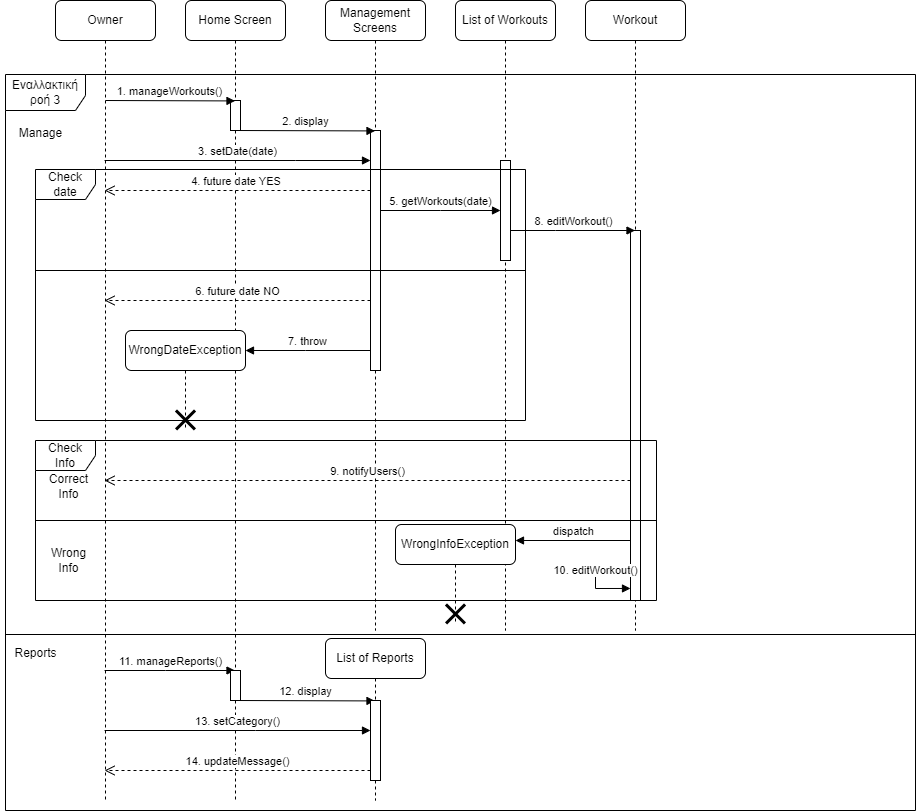
The draw.io diagram Sequence Diagrams/Images/sequence manageGym.drawio.png in DamiMikonos/Software-Engineering, before a commit. Source tidied: cells renumbered, new cells last; positions are measured from the earlier drawing's top-left corner, leaving out a move shared by most shapes.
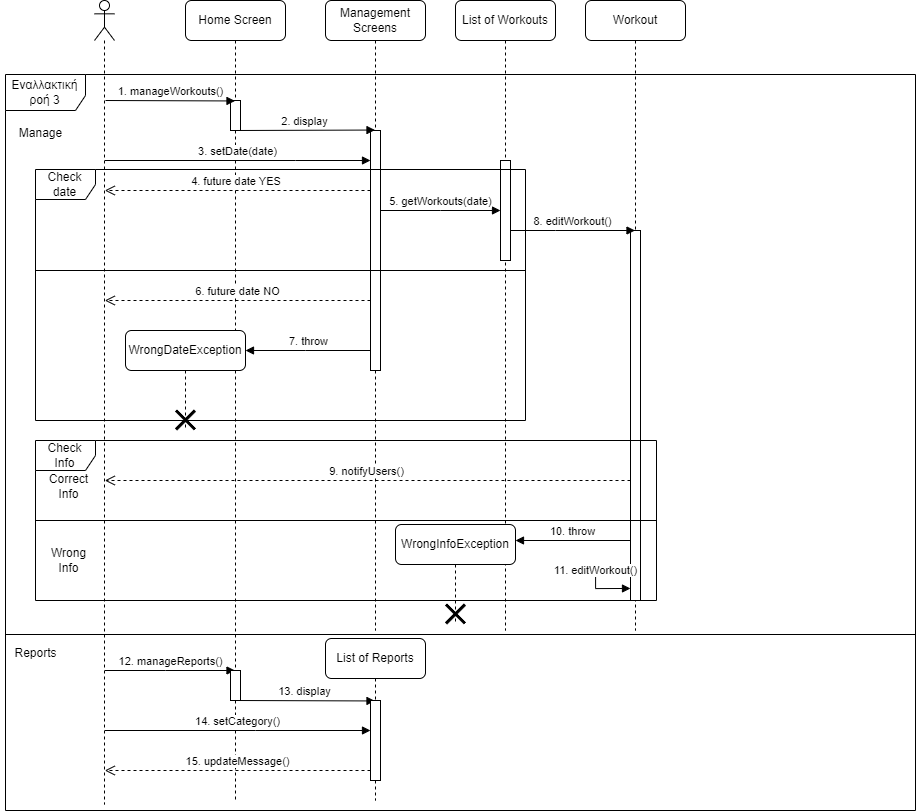
After the change.

Change to the diagram source:
```diff
@@ -2,9 +2,6 @@
   <root>
     <mxCell id="0" />
     <mxCell id="1" parent="0" />
-    <mxCell id="2" value="Owner" style="shape=umlLifeline;perimeter=lifelinePerimeter;whiteSpace=wrap;html=1;outlineConnect=0;portConstraint=eastwest;newEdgeStyle={&quot;edgeStyle&quot;:&quot;elbowEdgeStyle&quot;,&quot;elbow&quot;:&quot;vertical&quot;,&quot;curved&quot;:0,&quot;rounded&quot;:0};rounded=1;" parent="1" vertex="1">
-      <mxGeometry x="55" width="100" height="800" as="geometry" />
-    </mxCell>
     <mxCell id="3" value="Home Screen" style="shape=umlLifeline;perimeter=lifelinePerimeter;whiteSpace=wrap;html=1;outlineConnect=0;portConstraint=eastwest;newEdgeStyle={&quot;edgeStyle&quot;:&quot;elbowEdgeStyle&quot;,&quot;elbow&quot;:&quot;vertical&quot;,&quot;curved&quot;:0,&quot;rounded&quot;:0};rounded=1;" parent="1" vertex="1">
       <mxGeometry x="185" width="100" height="800" as="geometry" />
     </mxCell>
@@ -29,7 +26,7 @@
     <mxCell id="10" style="html=1;points=[];perimeter=orthogonalPerimeter;outlineConnect=0;targetShapes=umlLifeline;portConstraint=eastwest;newEdgeStyle={&quot;edgeStyle&quot;:&quot;elbowEdgeStyle&quot;,&quot;elbow&quot;:&quot;vertical&quot;,&quot;curved&quot;:0,&quot;rounded&quot;:0};" parent="9" vertex="1">
       <mxGeometry x="45" y="230" width="10" height="370" as="geometry" />
     </mxCell>
-    <mxCell id="11" value="10. editWorkout()" style="html=1;verticalAlign=bottom;endArrow=block;edgeStyle=orthogonalEdgeStyle;rounded=0;elbow=vertical;" parent="9" edge="1">
+    <mxCell id="11" value="11. editWorkout()" style="html=1;verticalAlign=bottom;endArrow=block;edgeStyle=orthogonalEdgeStyle;rounded=0;elbow=vertical;" parent="9" edge="1">
       <mxGeometry relative="1" as="geometry">
         <mxPoint x="45" y="568" as="sourcePoint" />
         <mxPoint x="45" y="588" as="targetPoint" />
@@ -49,8 +46,9 @@
         <mxPoint x="235" y="130" as="sourcePoint" />
       </mxGeometry>
     </mxCell>
-    <mxCell id="14" value="3. setDate(date)" style="html=1;verticalAlign=bottom;endArrow=block;edgeStyle=elbowEdgeStyle;elbow=vertical;curved=0;rounded=0;" parent="1" edge="1" source="2" target="6">
+    <mxCell id="14" value="3. setDate(date)" style="html=1;verticalAlign=bottom;endArrow=block;edgeStyle=elbowEdgeStyle;elbow=vertical;curved=0;rounded=0;" parent="1" edge="1" target="6">
       <mxGeometry relative="1" as="geometry">
+        <mxPoint x="104.3" y="160" as="sourcePoint" />
         <Array as="points">
           <mxPoint x="295" y="160" />
         </Array>
@@ -62,8 +60,9 @@
     <mxCell id="16" style="line;strokeWidth=1;fillColor=none;align=left;verticalAlign=middle;spacingTop=-1;spacingLeft=3;spacingRight=3;labelPosition=right;strokeColor=inherit;" parent="1" vertex="1">
       <mxGeometry x="35" y="266" width="490" height="8" as="geometry" />
     </mxCell>
-    <mxCell id="17" value="4. future date YES&amp;nbsp;" style="html=1;verticalAlign=bottom;endArrow=open;dashed=1;endSize=8;edgeStyle=elbowEdgeStyle;elbow=vertical;curved=0;rounded=0;" parent="1" edge="1" source="6" target="2">
+    <mxCell id="17" value="4. future date YES&amp;nbsp;" style="html=1;verticalAlign=bottom;endArrow=open;dashed=1;endSize=8;edgeStyle=elbowEdgeStyle;elbow=vertical;curved=0;rounded=0;" parent="1" edge="1" source="6">
       <mxGeometry relative="1" as="geometry">
+        <mxPoint x="104.3" y="190" as="targetPoint" />
         <Array as="points">
           <mxPoint x="263" y="190" />
         </Array>
@@ -76,8 +75,9 @@
         </Array>
       </mxGeometry>
     </mxCell>
-    <mxCell id="19" value="6. future date ΝΟ" style="html=1;verticalAlign=bottom;endArrow=open;dashed=1;endSize=8;edgeStyle=elbowEdgeStyle;elbow=vertical;curved=0;rounded=0;" parent="1" edge="1" source="6" target="2">
+    <mxCell id="19" value="6. future date ΝΟ" style="html=1;verticalAlign=bottom;endArrow=open;dashed=1;endSize=8;edgeStyle=elbowEdgeStyle;elbow=vertical;curved=0;rounded=0;" parent="1" edge="1" source="6">
       <mxGeometry relative="1" as="geometry">
+        <mxPoint x="104.3" y="300" as="targetPoint" />
         <Array as="points">
           <mxPoint x="305" y="300" />
           <mxPoint x="263" y="190" />
@@ -106,8 +106,9 @@
         </Array>
       </mxGeometry>
     </mxCell>
-    <mxCell id="24" value="9. notifyUsers()" style="html=1;verticalAlign=bottom;endArrow=open;dashed=1;endSize=8;edgeStyle=elbowEdgeStyle;elbow=vertical;curved=0;rounded=0;" parent="1" edge="1" source="10" target="2">
+    <mxCell id="24" value="9. notifyUsers()" style="html=1;verticalAlign=bottom;endArrow=open;dashed=1;endSize=8;edgeStyle=elbowEdgeStyle;elbow=vertical;curved=0;rounded=0;" parent="1" edge="1" source="10">
       <mxGeometry relative="1" as="geometry">
+        <mxPoint x="104.3" y="480" as="targetPoint" />
         <Array as="points">
           <mxPoint x="385" y="480" />
         </Array>
@@ -137,8 +138,9 @@
     <mxCell id="32" value="Reports" style="text;html=1;align=center;verticalAlign=middle;strokeColor=none;fillColor=none;" parent="1" vertex="1">
       <mxGeometry y="638" width="70" height="30" as="geometry" />
     </mxCell>
-    <mxCell id="33" value="11. manageReports()" style="html=1;verticalAlign=bottom;endArrow=block;edgeStyle=elbowEdgeStyle;elbow=vertical;curved=0;rounded=0;" parent="1" edge="1" source="2" target="3">
+    <mxCell id="33" value="12. manageReports()" style="html=1;verticalAlign=bottom;endArrow=block;edgeStyle=elbowEdgeStyle;elbow=vertical;curved=0;rounded=0;" parent="1" edge="1" target="3">
       <mxGeometry relative="1" as="geometry">
+        <mxPoint x="104.3" y="670" as="sourcePoint" />
         <Array as="points">
           <mxPoint x="165" y="670" />
         </Array>
@@ -147,7 +149,7 @@
     <mxCell id="34" style="html=1;perimeter=orthogonalPerimeter;targetShapes=umlLifeline;newEdgeStyle={&quot;edgeStyle&quot;:&quot;elbowEdgeStyle&quot;,&quot;elbow&quot;:&quot;vertical&quot;,&quot;curved&quot;:0,&quot;rounded&quot;:0};" parent="1" vertex="1">
       <mxGeometry x="230" y="670" width="10" height="30" as="geometry" />
     </mxCell>
-    <mxCell id="35" value="12. display" style="html=1;verticalAlign=bottom;endArrow=block;edgeStyle=elbowEdgeStyle;elbow=vertical;curved=0;rounded=0;" parent="1" edge="1" target="36">
+    <mxCell id="35" value="13. display" style="html=1;verticalAlign=bottom;endArrow=block;edgeStyle=elbowEdgeStyle;elbow=vertical;curved=0;rounded=0;" parent="1" edge="1" target="36">
       <mxGeometry relative="1" as="geometry">
         <mxPoint x="235" y="700" as="sourcePoint" />
       </mxGeometry>
@@ -155,8 +157,9 @@
     <mxCell id="36" value="List of Reports" style="shape=umlLifeline;perimeter=lifelinePerimeter;whiteSpace=wrap;html=1;outlineConnect=0;portConstraint=eastwest;newEdgeStyle={&quot;edgeStyle&quot;:&quot;elbowEdgeStyle&quot;,&quot;elbow&quot;:&quot;vertical&quot;,&quot;curved&quot;:0,&quot;rounded&quot;:0};rounded=1;" parent="1" vertex="1">
       <mxGeometry x="325" y="638" width="100" height="162" as="geometry" />
     </mxCell>
-    <mxCell id="37" value="13. setCategory()" style="html=1;verticalAlign=bottom;endArrow=block;edgeStyle=elbowEdgeStyle;elbow=vertical;curved=0;rounded=0;" parent="1" edge="1" source="2" target="38">
+    <mxCell id="37" value="14. setCategory()" style="html=1;verticalAlign=bottom;endArrow=block;edgeStyle=elbowEdgeStyle;elbow=vertical;curved=0;rounded=0;" parent="1" edge="1" target="38">
       <mxGeometry relative="1" as="geometry">
+        <mxPoint x="104.3" y="730" as="sourcePoint" />
         <Array as="points">
           <mxPoint x="255" y="730" />
         </Array>
@@ -165,8 +168,9 @@
     <mxCell id="38" style="html=1;points=[];perimeter=orthogonalPerimeter;outlineConnect=0;targetShapes=umlLifeline;portConstraint=eastwest;newEdgeStyle={&quot;edgeStyle&quot;:&quot;elbowEdgeStyle&quot;,&quot;elbow&quot;:&quot;vertical&quot;,&quot;curved&quot;:0,&quot;rounded&quot;:0};" parent="1" vertex="1">
       <mxGeometry x="370" y="700" width="10" height="80" as="geometry" />
     </mxCell>
-    <mxCell id="39" value="14. updateMessage()" style="html=1;verticalAlign=bottom;endArrow=open;dashed=1;endSize=8;edgeStyle=elbowEdgeStyle;elbow=vertical;curved=0;rounded=0;" parent="1" edge="1" source="38" target="2">
+    <mxCell id="39" value="15. updateMessage()" style="html=1;verticalAlign=bottom;endArrow=open;dashed=1;endSize=8;edgeStyle=elbowEdgeStyle;elbow=vertical;curved=0;rounded=0;" parent="1" edge="1" source="38">
       <mxGeometry relative="1" as="geometry">
+        <mxPoint x="104.3" y="770" as="targetPoint" />
         <Array as="points">
           <mxPoint x="305" y="770" />
         </Array>
@@ -178,7 +182,7 @@
     <mxCell id="41" style="shape=umlDestroy;whiteSpace=wrap;html=1;strokeWidth=3;targetShapes=umlLifeline;" parent="40" vertex="1">
       <mxGeometry x="50.5" y="80" width="19" height="19" as="geometry" />
     </mxCell>
-    <mxCell id="42" value="dispatch" style="html=1;verticalAlign=bottom;endArrow=block;edgeStyle=elbowEdgeStyle;elbow=vertical;curved=0;rounded=0;" parent="1" edge="1" source="10">
+    <mxCell id="42" value="10. throw" style="html=1;verticalAlign=bottom;endArrow=block;edgeStyle=elbowEdgeStyle;elbow=vertical;curved=0;rounded=0;" parent="1" edge="1" source="10">
       <mxGeometry relative="1" as="geometry">
         <mxPoint x="515" y="540" as="targetPoint" />
         <Array as="points">
@@ -187,5 +191,8 @@
         </Array>
       </mxGeometry>
     </mxCell>
+    <mxCell id="43" style="shape=umlLifeline;perimeter=lifelinePerimeter;whiteSpace=wrap;html=1;newEdgeStyle={&quot;edgeStyle&quot;:&quot;elbowEdgeStyle&quot;,&quot;elbow&quot;:&quot;vertical&quot;,&quot;curved&quot;:0,&quot;rounded&quot;:0};participant=umlActor;" parent="1" vertex="1">
+      <mxGeometry x="94" width="20" height="804" as="geometry" />
+    </mxCell>
   </root>
 </mxGraphModel>
```
